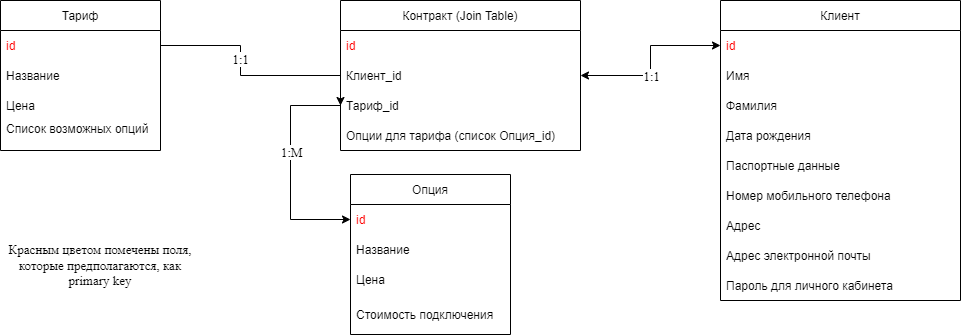
mrKust/MobileOperatorJavaSchoolT keeps this draw.io diagram as database/database_scheme.png. Above is the earlier version. Source tidied: cells renumbered, new cells last; positions are measured from the earlier drawing's top-left corner, leaving out a move shared by most shapes.
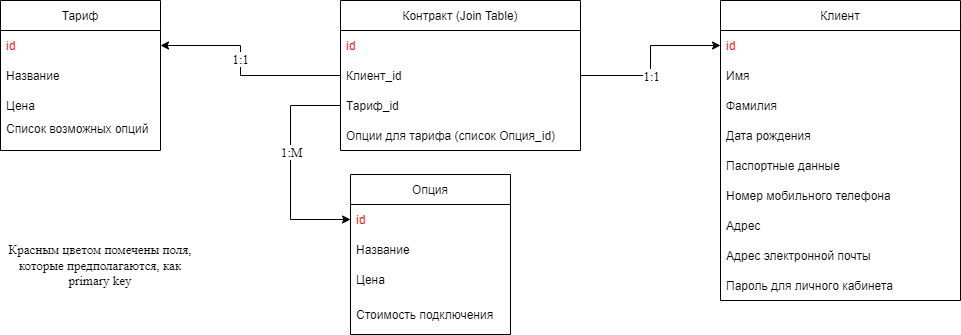
After the commit.

What changed in the source:
```diff
@@ -77,7 +77,7 @@
     <mxCell id="26" value="Опции для тарифа (список Опция_id)" style="text;strokeColor=none;fillColor=none;align=left;verticalAlign=middle;spacingLeft=4;spacingRight=4;overflow=hidden;points=[[0,0.5],[1,0.5]];portConstraint=eastwest;fontColor=#000000;" parent="22" vertex="1">
       <mxGeometry y="120" width="240" height="30" as="geometry" />
     </mxCell>
-    <mxCell id="27" style="endArrow=classic;startArrow=none;html=1;rounded=0;fontColor=#FF0000;exitX=1;exitY=0.5;exitDx=0;exitDy=0;entryX=0;entryY=0.5;entryDx=0;entryDy=0;fontFamily=Times New Roman;fontSize=13;edgeStyle=orthogonalEdgeStyle;startFill=0;" parent="1" edge="1" source="3" target="25">
+    <mxCell id="27" style="endArrow=none;startArrow=classic;html=1;rounded=0;fontColor=#FF0000;exitX=1;exitY=0.5;exitDx=0;exitDy=0;entryX=0;entryY=0.5;entryDx=0;entryDy=0;fontFamily=Times New Roman;fontSize=13;edgeStyle=orthogonalEdgeStyle;startFill=1;endFill=0;" parent="1" edge="1" source="3" target="24">
       <mxGeometry relative="1" as="geometry">
         <Array as="points">
           <mxPoint x="240" y="45" />
@@ -85,7 +85,7 @@
         </Array>
       </mxGeometry>
     </mxCell>
-    <mxCell id="28" style="endArrow=classic;startArrow=classic;html=1;rounded=0;fontFamily=Times New Roman;fontSize=13;fontColor=#000000;entryX=0;entryY=0.5;entryDx=0;entryDy=0;exitX=1;exitY=0.5;exitDx=0;exitDy=0;edgeStyle=orthogonalEdgeStyle;" parent="1" edge="1" source="24" target="13">
+    <mxCell id="28" style="endArrow=classic;startArrow=none;html=1;rounded=0;fontFamily=Times New Roman;fontSize=13;fontColor=#000000;entryX=0;entryY=0.5;entryDx=0;entryDy=0;exitX=1;exitY=0.5;exitDx=0;exitDy=0;edgeStyle=orthogonalEdgeStyle;startFill=0;" parent="1" edge="1" source="24" target="13">
       <mxGeometry relative="1" as="geometry" />
     </mxCell>
     <mxCell id="29" value="1:1" style="edgeLabel;html=1;align=center;verticalAlign=middle;fontSize=13;fontFamily=Times New Roman;fontColor=#000000;" parent="28" vertex="1">
```
